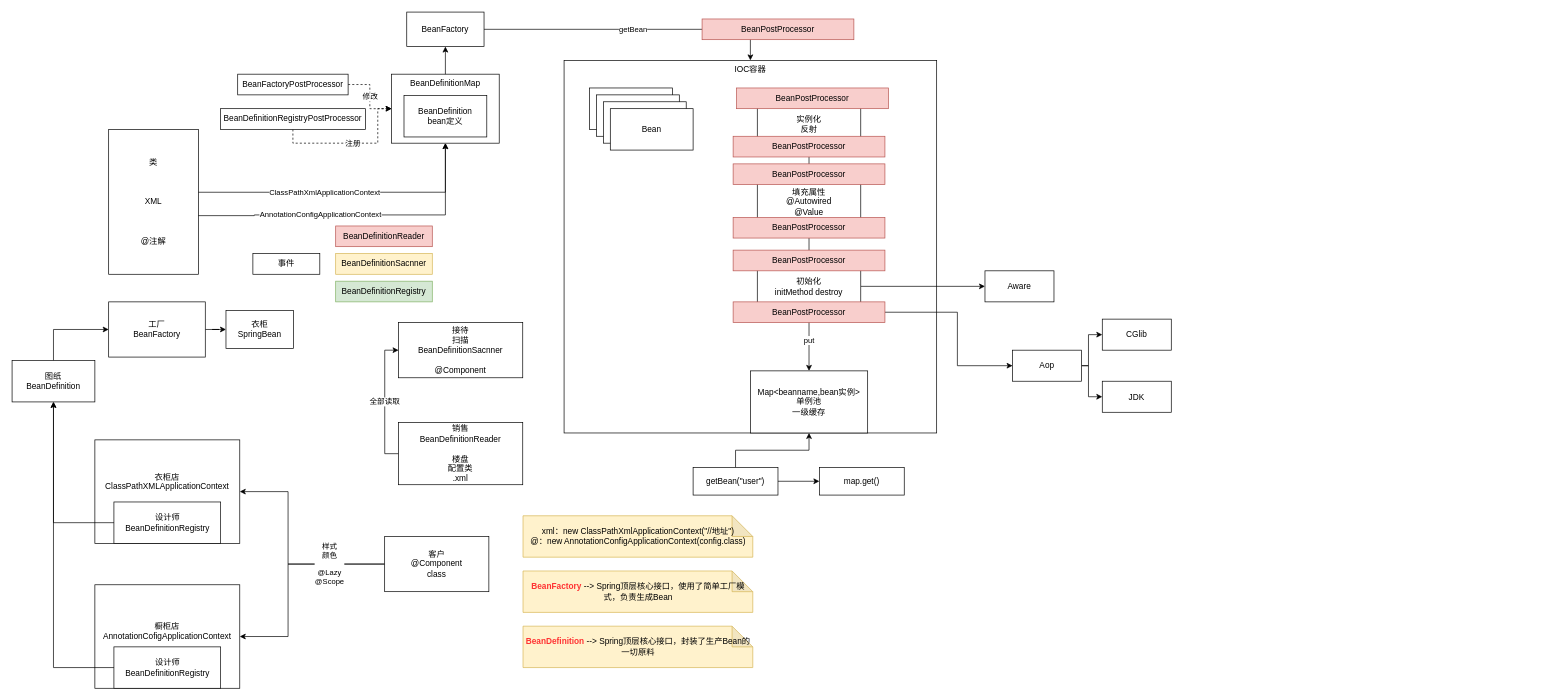
The draw.io diagram Spring.drawio in CaiShaobin/abin_drawio, before the edit. Source tidied: cells renumbered, new cells numbered last; positions are measured from the earlier drawing's top-left corner, leaving out a move shared by most shapes. Both pictures are drawn from the tidied source at 69%, with x=0, y=0 at pixel (12, 12).
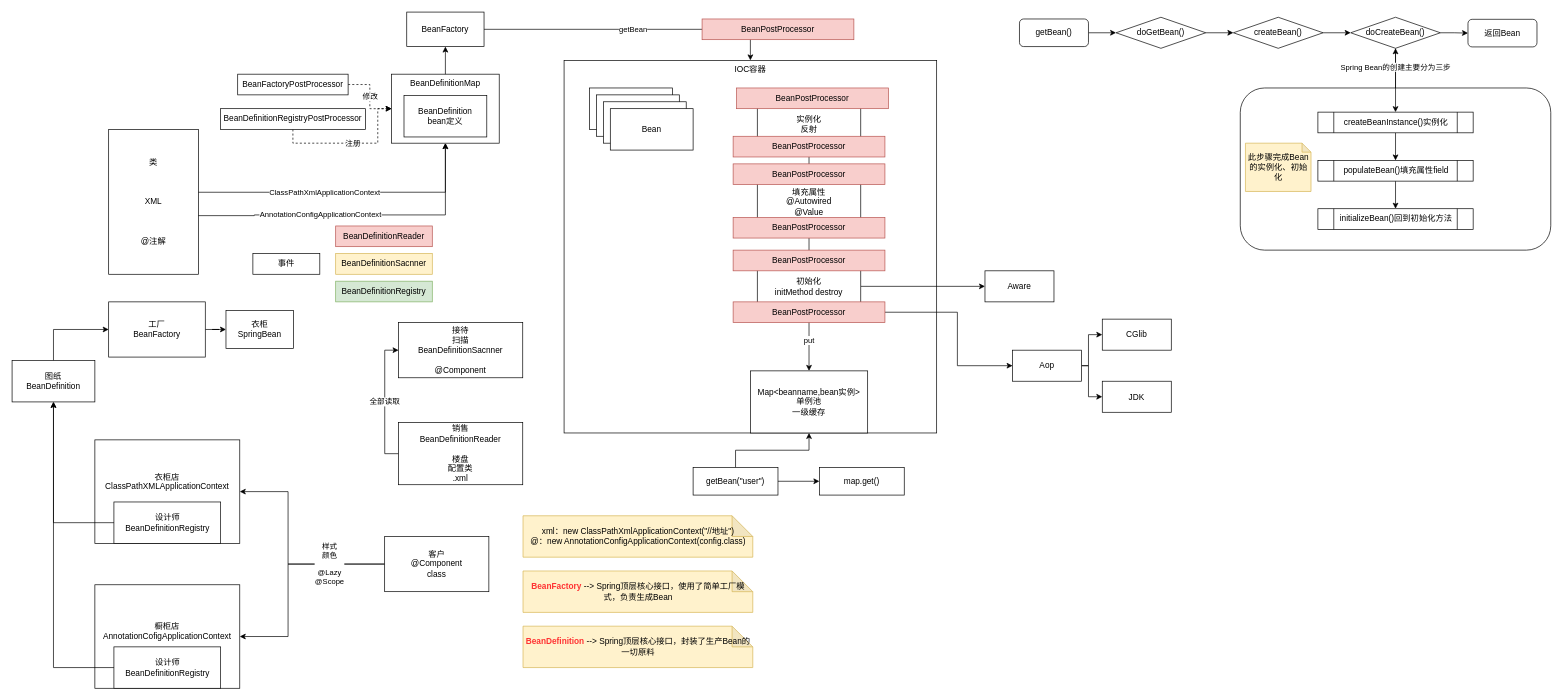
After the change.

What changed in the source:
```diff
@@
+    <mxCell id="73" style="edgeStyle=orthogonalEdgeStyle;rounded=0;jettySize=auto;html=1;" parent="1" edge="1" source="74" target="83">
+      <mxGeometry relative="1" as="geometry" />
+    </mxCell>
+    <mxCell id="74" style="rounded=1;whiteSpace=wrap;html=1;" parent="1" vertex="1">
+      <mxGeometry x="1780" y="110" width="450" height="235" as="geometry" />
+    </mxCell>
@@
+    <mxCell id="75" style="edgeStyle=orthogonalEdgeStyle;rounded=0;jettySize=auto;html=1;" parent="1" edge="1" source="76" target="78">
+      <mxGeometry relative="1" as="geometry" />
+    </mxCell>
+    <mxCell id="76" value="getBean()" style="rounded=1;whiteSpace=wrap;html=1;" parent="1" vertex="1">
+      <mxGeometry x="1460" y="10" width="100" height="40" as="geometry" />
+    </mxCell>
+    <mxCell id="77" style="edgeStyle=orthogonalEdgeStyle;rounded=0;jettySize=auto;html=1;" parent="1" edge="1" source="78" target="80">
+      <mxGeometry relative="1" as="geometry" />
+    </mxCell>
+    <mxCell id="78" value="doGetBean()" style="rhombus;whiteSpace=wrap;html=1;" parent="1" vertex="1">
+      <mxGeometry x="1600" y="7.5" width="130" height="45" as="geometry" />
+    </mxCell>
+    <mxCell id="79" style="edgeStyle=orthogonalEdgeStyle;rounded=0;jettySize=auto;html=1;entryX=0;entryY=0.5;entryDx=0;entryDy=0;" parent="1" edge="1" source="80" target="83">
+      <mxGeometry relative="1" as="geometry" />
+    </mxCell>
+    <mxCell id="80" value="createBean()" style="rhombus;whiteSpace=wrap;html=1;" parent="1" vertex="1">
+      <mxGeometry x="1770" y="7.5" width="130" height="45" as="geometry" />
+    </mxCell>
+    <mxCell id="81" style="edgeStyle=orthogonalEdgeStyle;rounded=0;jettySize=auto;html=1;entryX=0;entryY=0.5;entryDx=0;entryDy=0;" parent="1" edge="1" source="83" target="84">
+      <mxGeometry relative="1" as="geometry" />
+    </mxCell>
+    <mxCell id="82" value="Spring Bean的创建主要分为三步" style="edgeStyle=orthogonalEdgeStyle;rounded=0;jettySize=auto;html=1;" parent="1" edge="1" source="83" target="86">
+      <mxGeometry x="-0.41" relative="1" as="geometry" />
+    </mxCell>
+    <mxCell id="83" value="doCreateBean()" style="rhombus;whiteSpace=wrap;html=1;" parent="1" vertex="1">
+      <mxGeometry x="1940" y="7.5" width="130" height="45" as="geometry" />
+    </mxCell>
+    <mxCell id="84" value="返回Bean" style="rounded=1;whiteSpace=wrap;html=1;" parent="1" vertex="1">
+      <mxGeometry x="2110" y="10.5" width="100" height="40" as="geometry" />
+    </mxCell>
+    <mxCell id="85" style="edgeStyle=orthogonalEdgeStyle;rounded=0;jettySize=auto;html=1;entryX=0.5;entryY=0;entryDx=0;entryDy=0;" parent="1" edge="1" source="86" target="88">
+      <mxGeometry relative="1" as="geometry" />
+    </mxCell>
+    <mxCell id="86" value="createBeanInstance()实例化" style="shape=process;whiteSpace=wrap;html=1;backgroundOutline=1;" parent="1" vertex="1">
+      <mxGeometry x="1892.5" y="145" width="225" height="30" as="geometry" />
+    </mxCell>
+    <mxCell id="87" style="edgeStyle=orthogonalEdgeStyle;rounded=0;jettySize=auto;html=1;" parent="1" edge="1" source="88" target="89">
+      <mxGeometry relative="1" as="geometry" />
+    </mxCell>
+    <mxCell id="88" value="populateBean()填充属性field" style="shape=process;whiteSpace=wrap;html=1;backgroundOutline=1;" parent="1" vertex="1">
+      <mxGeometry x="1892.5" y="215" width="225" height="30" as="geometry" />
+    </mxCell>
+    <mxCell id="89" value="initializeBean()回到初始化方法" style="shape=process;whiteSpace=wrap;html=1;backgroundOutline=1;" parent="1" vertex="1">
+      <mxGeometry x="1892.5" y="285" width="225" height="30" as="geometry" />
+    </mxCell>
+    <mxCell id="90" value="此步骤完成Bean的实例化、初始化" style="shape=note;whiteSpace=wrap;html=1;backgroundOutline=1;darkOpacity=0.05;size=13;fillColor=#fff2cc;strokeColor=#d6b656;" parent="1" vertex="1">
+      <mxGeometry x="1787.5" y="190" width="95" height="70" as="geometry" />
+    </mxCell>
```
